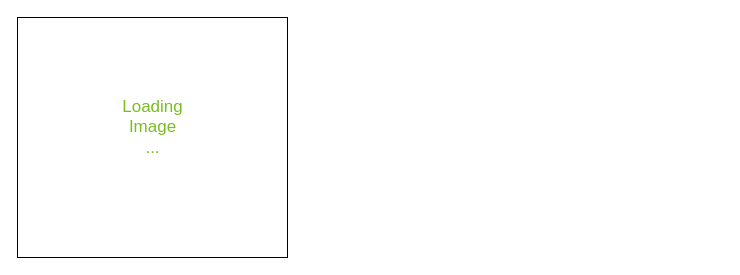
Earlier version of the draw.io diagram page "Page-3" (3 of 3) of system.drawio (Educado-App/educado-mobile). Source tidied: cells renumbered, new cells numbered last; positions are measured from the earlier drawing's top-left corner, leaving out a move shared by most shapes. Both pictures are drawn from the tidied source at 100%, with x=0, y=0 at pixel (17, 17). Pictures stored in the file or linked from it are replaced by grey dashed boxes.
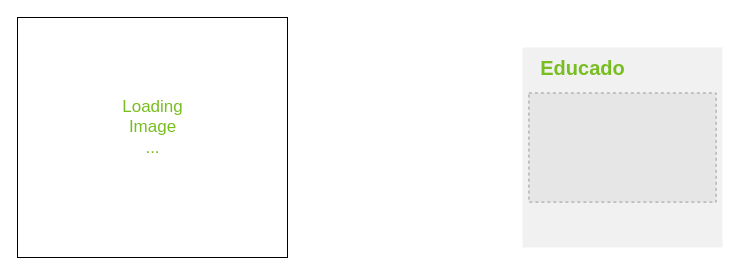
Above is the later version.

What changed in the source:
```diff
@@
 <mxGraphModel>
   <root>
     <mxCell id="0" />
     <mxCell id="1" parent="0" />
     <mxCell id="2" style="rounded=0;whiteSpace=wrap;html=1;fontSize=17;fontColor=#78BE20;" parent="1" vertex="1">
       <mxGeometry width="270" height="240" as="geometry" />
     </mxCell>
     <mxCell id="3" value="&lt;font style=&quot;font-size: 17px&quot; color=&quot;#78be20&quot;&gt;Loading&lt;br&gt;Image&lt;br&gt;...&lt;br&gt;&lt;/font&gt;" style="text;html=1;align=center;verticalAlign=middle;strokeColor=none;fillColor=none;" parent="1" vertex="1">
       <mxGeometry x="95" y="85" width="80" height="50" as="geometry" />
     </mxCell>
+    <mxCell id="4" style="rounded=0;whiteSpace=wrap;html=1;fontSize=20;fontColor=none;strokeColor=none;fillColor=#F0F1F0;" parent="1" vertex="1">
+      <mxGeometry x="505" y="30" width="200" height="200" as="geometry" />
+    </mxCell>
+    <mxCell id="5" value="&lt;b&gt;&lt;font style=&quot;font-size: 20px&quot; color=&quot;#78be20&quot;&gt;Educado&lt;/font&gt;&lt;/b&gt;" style="text;html=1;align=center;verticalAlign=middle;strokeColor=none;fillColor=none;" parent="1" vertex="1">
+      <mxGeometry x="515" y="40" width="100" height="20" as="geometry" />
+    </mxCell>
+    <mxCell id="6" style="fillColor=#E6E6E6;strokeColor=#999999;dashed=1;verticalLabelPosition=bottom;labelBackgroundColor=default;verticalAlign=top;" parent="1" vertex="1">
+      <mxGeometry x="511.4" y="75.5" width="187.2" height="109.1" as="geometry" />
+    </mxCell>
   </root>
 </mxGraphModel>
```
